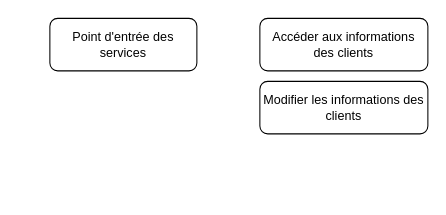
Earlier version of the draw.io diagram LAEDiagram.drawio (cjour/audit_logistics). Source tidied: cells renumbered, new cells numbered last; positions are measured from the earlier drawing's top-left corner, leaving out a move shared by most shapes. Both pictures are drawn from the tidied source at 105%, with x=0, y=0 at pixel (49, 18).
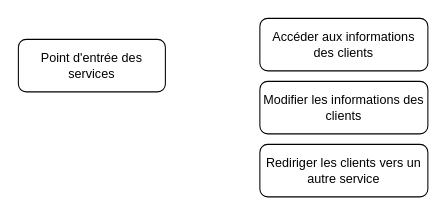
Above is the later version.

Commit message (it also covers changes not shown here):
Mettre à jour LAEDiagram.drawio

What changed in the source:
```diff
@@
 <mxGraphModel>
   <root>
     <mxCell id="0" />
     <mxCell id="1" parent="0" />
     <mxCell id="2" value="Point d'entrée des services" style="rounded=1;whiteSpace=wrap;html=1;" parent="1" vertex="1">
-      <mxGeometry width="140" height="50" as="geometry" />
+      <mxGeometry x="-30" y="20" width="140" height="50" as="geometry" />
     </mxCell>
     <mxCell id="3" value="Accéder aux informations des clients" style="rounded=1;whiteSpace=wrap;html=1;" parent="1" vertex="1">
       <mxGeometry x="200" width="160" height="50" as="geometry" />
     </mxCell>
     <mxCell id="4" value="Modifier les informations des clients" style="rounded=1;whiteSpace=wrap;html=1;" parent="1" vertex="1">
       <mxGeometry x="200" y="60" width="160" height="50" as="geometry" />
     </mxCell>
+    <mxCell id="5" value="Rediriger les clients vers un autre service" style="rounded=1;whiteSpace=wrap;html=1;" parent="1" vertex="1">
+      <mxGeometry x="200" y="120" width="160" height="50" as="geometry" />
+    </mxCell>
   </root>
 </mxGraphModel>
```
